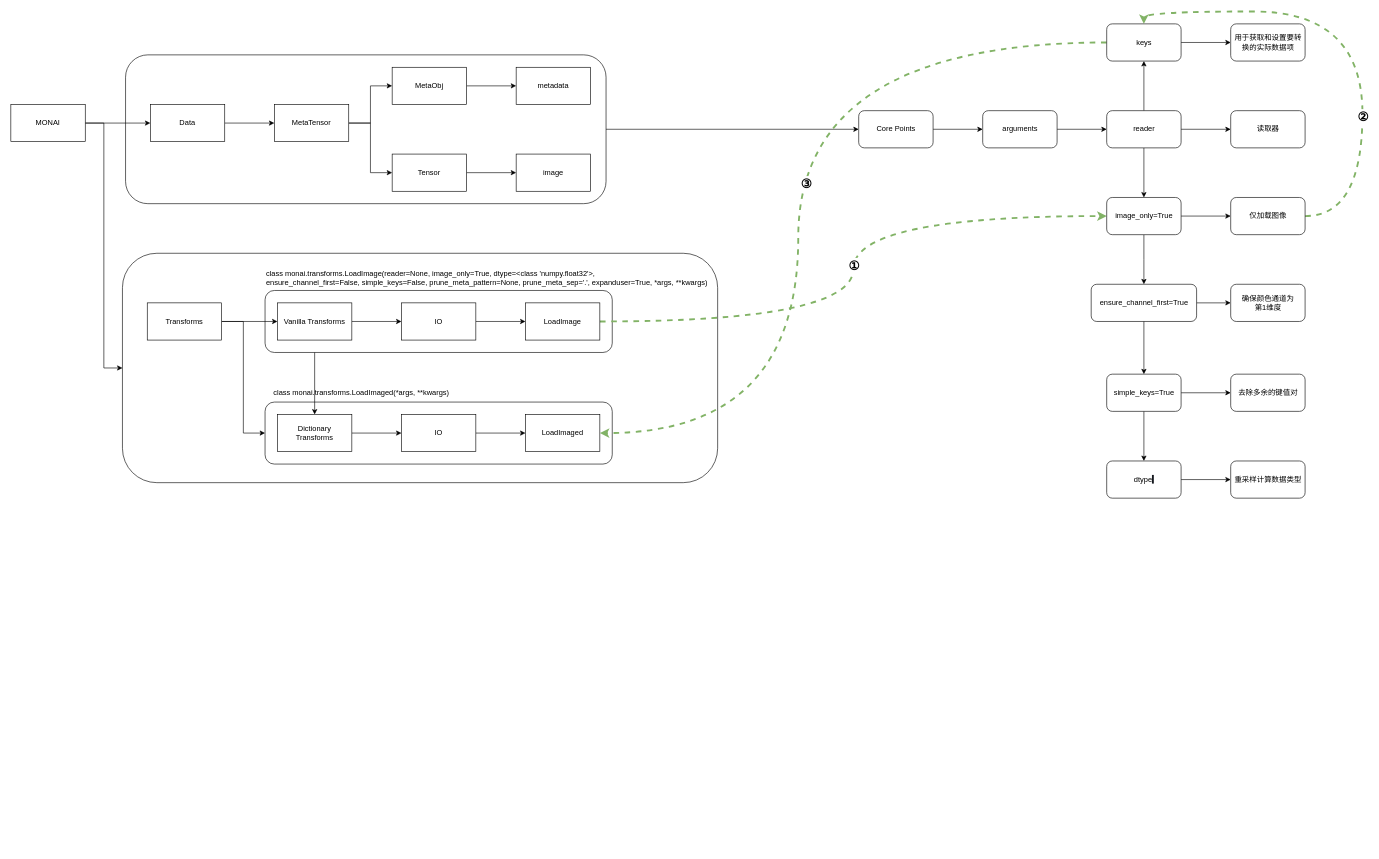
The draw.io diagram 解决MONAI医学图像加载兼容性问题.drawio in quest-X/some-notes, before the edit. Source tidied: cells renumbered, new cells numbered last; positions are measured from the earlier drawing's top-left corner, leaving out a move shared by most shapes. Both pictures are drawn from the tidied source at 62%, with x=0, y=0 at pixel (11, 11).
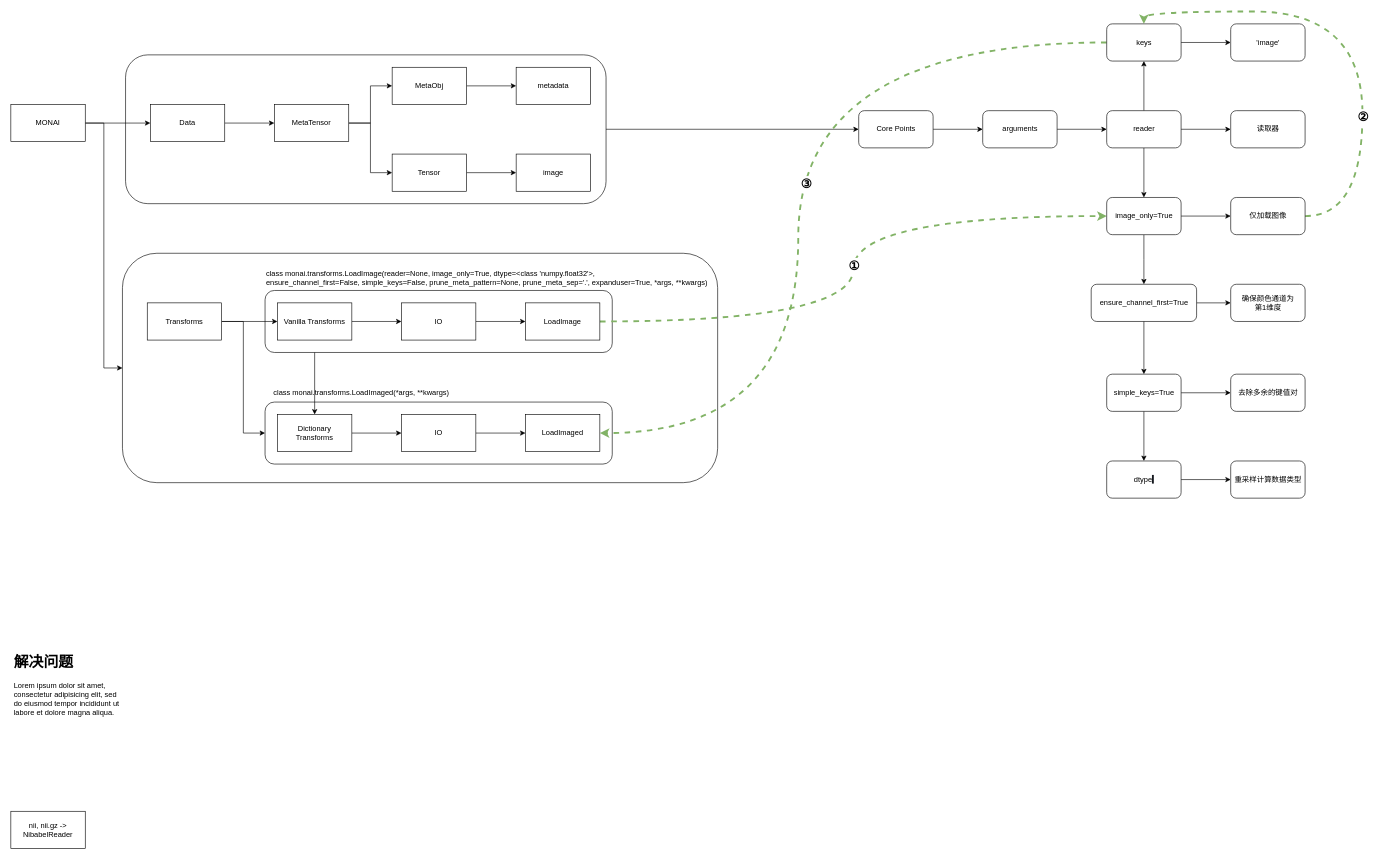
The same page after the edit.

Commit message:
更新解决MONAI医学图像加载兼容性问题.drawio

The edit, as a diff of the source:
```diff
@@
-    <mxCell id="70" value="&lt;div style=&quot;&quot;&gt;用于获取和设置要转换的实际数据项&lt;/div&gt;" style="whiteSpace=wrap;html=1;rounded=1;align=center;" parent="1" vertex="1">
+    <mxCell id="70" value="&lt;div style=&quot;&quot;&gt;'image'&lt;/div&gt;" style="whiteSpace=wrap;html=1;rounded=1;align=center;" parent="1" vertex="1">
       <mxGeometry x="1967.5" y="20" width="120" height="60" as="geometry" />
     </mxCell>
+    <mxCell id="71" value="&lt;h1&gt;解决问题&lt;/h1&gt;&lt;p&gt;Lorem ipsum dolor sit amet, consectetur adipisicing elit, sed do eiusmod tempor incididunt ut labore et dolore magna aliqua.&lt;/p&gt;" style="text;html=1;strokeColor=none;fillColor=none;spacing=5;spacingTop=-20;whiteSpace=wrap;overflow=hidden;rounded=0;" parent="1" vertex="1">
+      <mxGeometry y="1030" width="190" height="120" as="geometry" />
+    </mxCell>
+    <mxCell id="72" value="nii, nii.gz -&amp;gt; NibabelReader" style="rounded=0;whiteSpace=wrap;html=1;" parent="1" vertex="1">
+      <mxGeometry y="1290" width="120" height="60" as="geometry" />
+    </mxCell>
```
